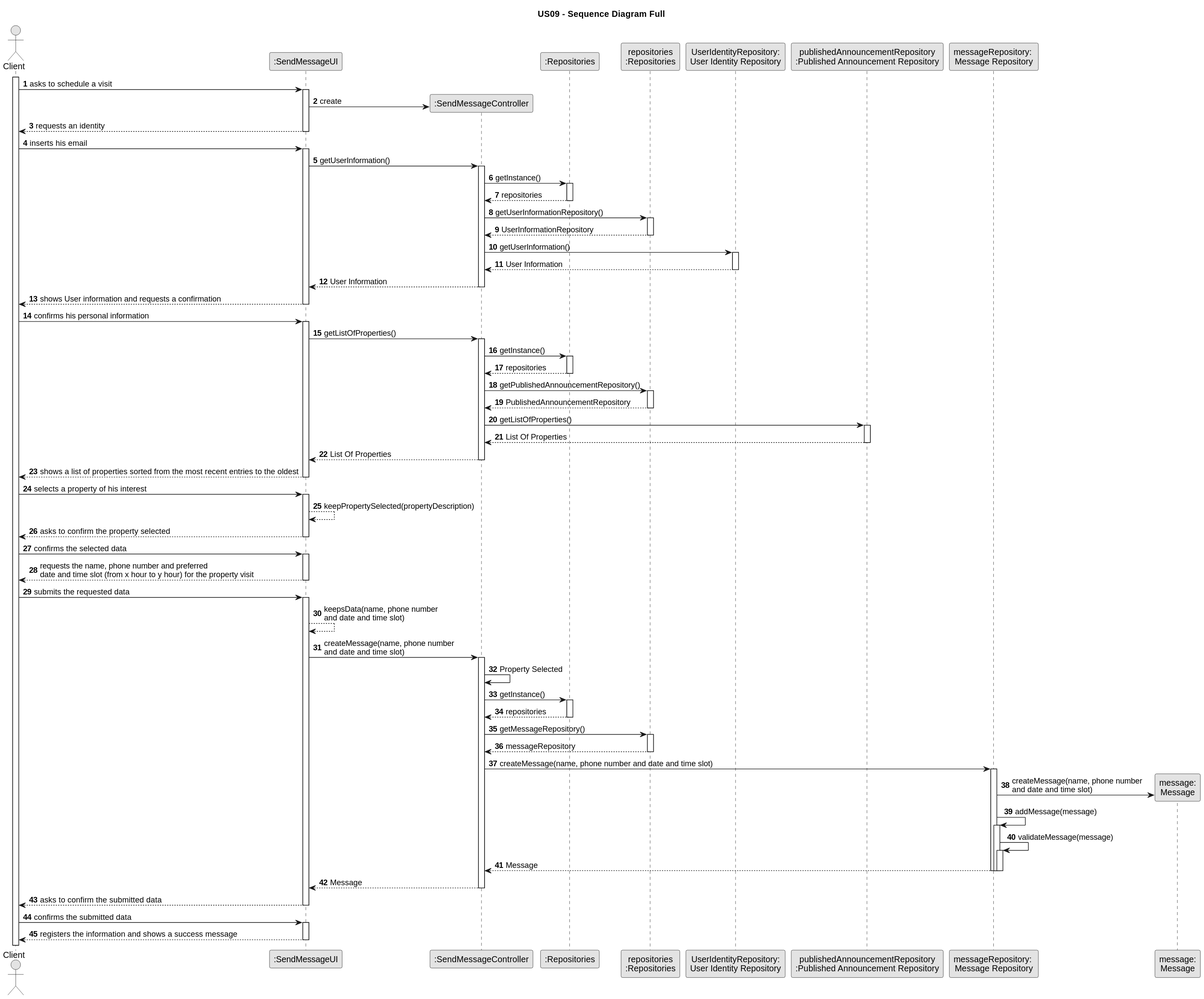
Earlier version of the PlantUML export docs/sprintC/US09/03.design/svg/us09-sequence-diagram-full.svg (PureNimble/ISEP-LAPR2). Source of this version:
```plantuml
@startuml
skinparam monochrome true
skinparam packageStyle rectangle
skinparam shadowing false

title US09 - Sequence Diagram Full

autonumber

actor "Client" as Client
participant ":SendMessageUI" as UI
participant ":SendMessageController" as CTRL
participant ":Repositories" as Repository
participant "repositories\n:Repositories" as Repository2
participant "UserIdentityRepository:\nUser Identity Repository" as UserRepository
participant "publishedAnnouncementRepository\n:Published Announcement Repository" as publishedAnnouncementRepository
participant "messageRepository: \nMessage Repository" as messageRepository
participant "message:\nMessage" as message

autonumber

        activate Client

    Client -> UI: asks to schedule a visit
        activate UI

        UI -> CTRL** : create
    UI --> Client : requests an identity
        deactivate UI

    Client -> UI : inserts his email
        activate UI

        UI -> CTRL : getUserInformation()

            activate CTRL

            CTRL -> Repository : getInstance()
                activate Repository

            Repository --> CTRL : repositories
                deactivate Repository

            CTRL -> Repository2 : getUserInformationRepository()
                activate Repository2

            Repository2 --> CTRL : UserInformationRepository
                deactivate Repository2

            CTRL -> UserRepository : getUserInformation()

                activate UserRepository

            UserRepository --> CTRL : User Information

                deactivate UserRepository

        CTRL --> UI : User Information

            deactivate CTRL


    UI --> Client : shows User information and requests a confirmation
        deactivate UI

    Client -> UI : confirms his personal information
        activate UI

        UI -> CTRL : getListOfProperties()
            activate CTRL

            CTRL -> Repository : getInstance()
                activate Repository

            Repository --> CTRL : repositories
                deactivate Repository

            CTRL -> Repository2 : getPublishedAnnouncementRepository()
                activate Repository2

            Repository2 --> CTRL : PublishedAnnouncementRepository
                deactivate Repository2

            CTRL -> publishedAnnouncementRepository : getListOfProperties()

                activate publishedAnnouncementRepository

            publishedAnnouncementRepository --> CTRL : List Of Properties

                deactivate publishedAnnouncementRepository

        CTRL --> UI : List Of Properties

            deactivate CTRL

    UI --> Client: shows a list of properties sorted from the most recent entries to the oldest
        deactivate UI

    Client -> UI: selects a property of his interest
        activate UI

        UI --> UI : keepPropertySelected(propertyDescription)


    UI --> Client: asks to confirm the property selected
        deactivate UI

    Client -> UI: confirms the selected data
        activate UI

    UI --> Client: requests the name, phone number and preferred \ndate and time slot (from x hour to y hour) for the property visit
        deactivate UI

    Client -> UI: submits the requested data
        activate UI

    UI --> UI : keepsData(name, phone number \nand date and time slot)

    UI -> CTRL: createMessage(name, phone number \nand date and time slot)
        activate CTRL

    CTRL ->CTRL: Property Selected

        CTRL -> Repository : getInstance()
            activate Repository

        Repository --> CTRL : repositories
            deactivate Repository

        CTRL -> Repository2 : getMessageRepository()
            activate Repository2

        Repository2 --> CTRL : messageRepository
            deactivate Repository2

            CTRL -> messageRepository : createMessage(name, phone number and date and time slot)
                activate messageRepository

                messageRepository -> message** : createMessage(name, phone number \nand date and time slot)

                messageRepository -> messageRepository : addMessage(message)
                activate messageRepository

                messageRepository -> messageRepository : validateMessage(message)
                activate messageRepository

                messageRepository --> CTRL : Message
                deactivate messageRepository
                deactivate messageRepository
                deactivate messageRepository

           CTRL --> UI : Message
           deactivate CTRL

    UI --> Client: asks to confirm the submitted data
        deactivate UI

    Client -> UI: confirms the submitted data
        activate UI

    UI --> Client: registers the information and shows a success message
        deactivate UI
@enduml
```
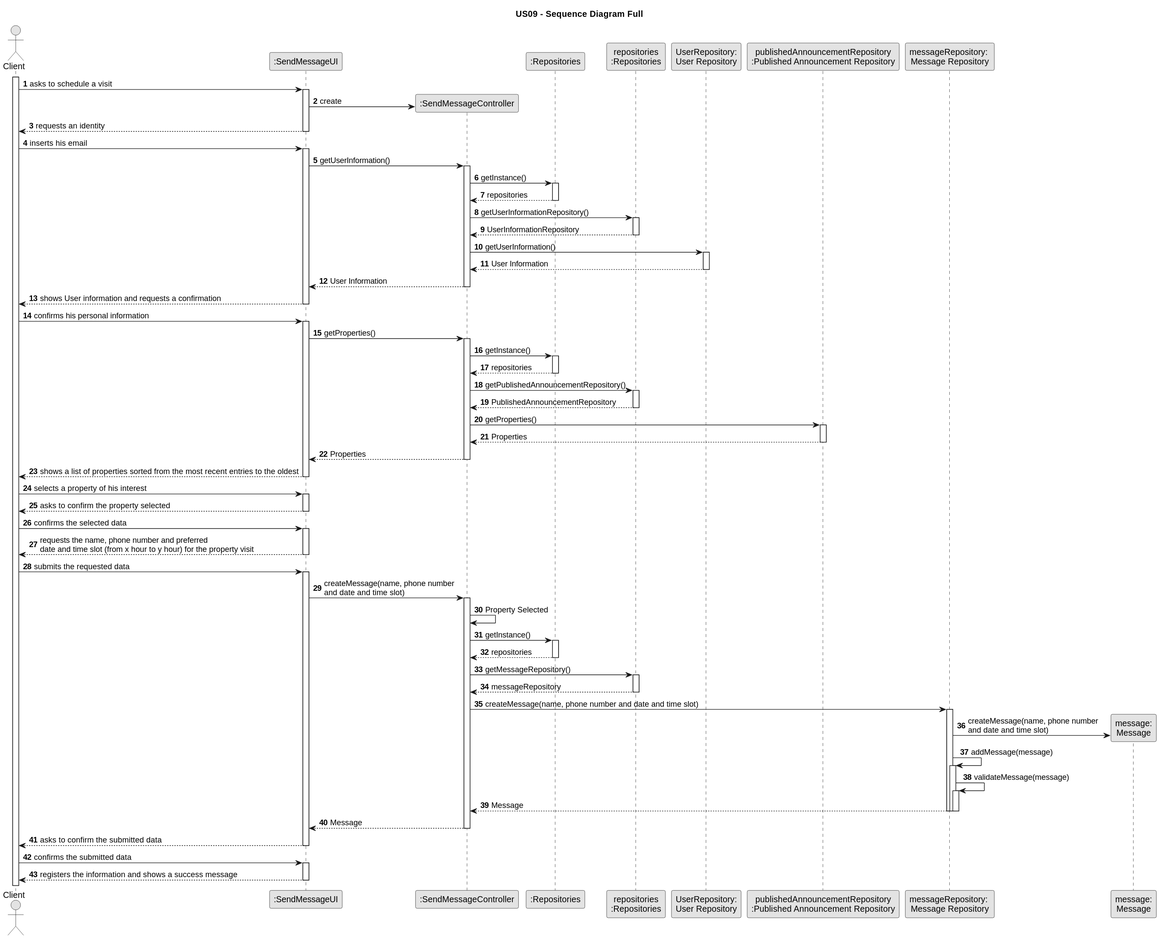
After the change.

Change to the diagram source:
```diff
@@ -12,7 +12,7 @@
 participant ":SendMessageController" as CTRL
 participant ":Repositories" as Repository
 participant "repositories\n:Repositories" as Repository2
-participant "UserIdentityRepository:\nUser Identity Repository" as UserRepository
+participant "UserRepository:\nUser Repository" as UserRepository
 participant "publishedAnnouncementRepository\n:Published Announcement Repository" as publishedAnnouncementRepository
 participant "messageRepository: \nMessage Repository" as messageRepository
 participant "message:\nMessage" as message
@@ -66,7 +66,7 @@
     Client -> UI : confirms his personal information
         activate UI
 
-        UI -> CTRL : getListOfProperties()
+        UI -> CTRL : getProperties()
             activate CTRL
 
             CTRL -> Repository : getInstance()
@@ -81,15 +81,15 @@
             Repository2 --> CTRL : PublishedAnnouncementRepository
                 deactivate Repository2
 
-            CTRL -> publishedAnnouncementRepository : getListOfProperties()
+            CTRL -> publishedAnnouncementRepository : getProperties()
 
                 activate publishedAnnouncementRepository
 
-            publishedAnnouncementRepository --> CTRL : List Of Properties
+            publishedAnnouncementRepository --> CTRL : Properties
 
                 deactivate publishedAnnouncementRepository
 
-        CTRL --> UI : List Of Properties
+        CTRL --> UI : Properties
 
             deactivate CTRL
 
@@ -99,7 +99,6 @@
     Client -> UI: selects a property of his interest
         activate UI
 
-        UI --> UI : keepPropertySelected(propertyDescription)
 
 
     UI --> Client: asks to confirm the property selected
@@ -114,7 +113,6 @@
     Client -> UI: submits the requested data
         activate UI
 
-    UI --> UI : keepsData(name, phone number \nand date and time slot)
 
     UI -> CTRL: createMessage(name, phone number \nand date and time slot)
         activate CTRL
```
